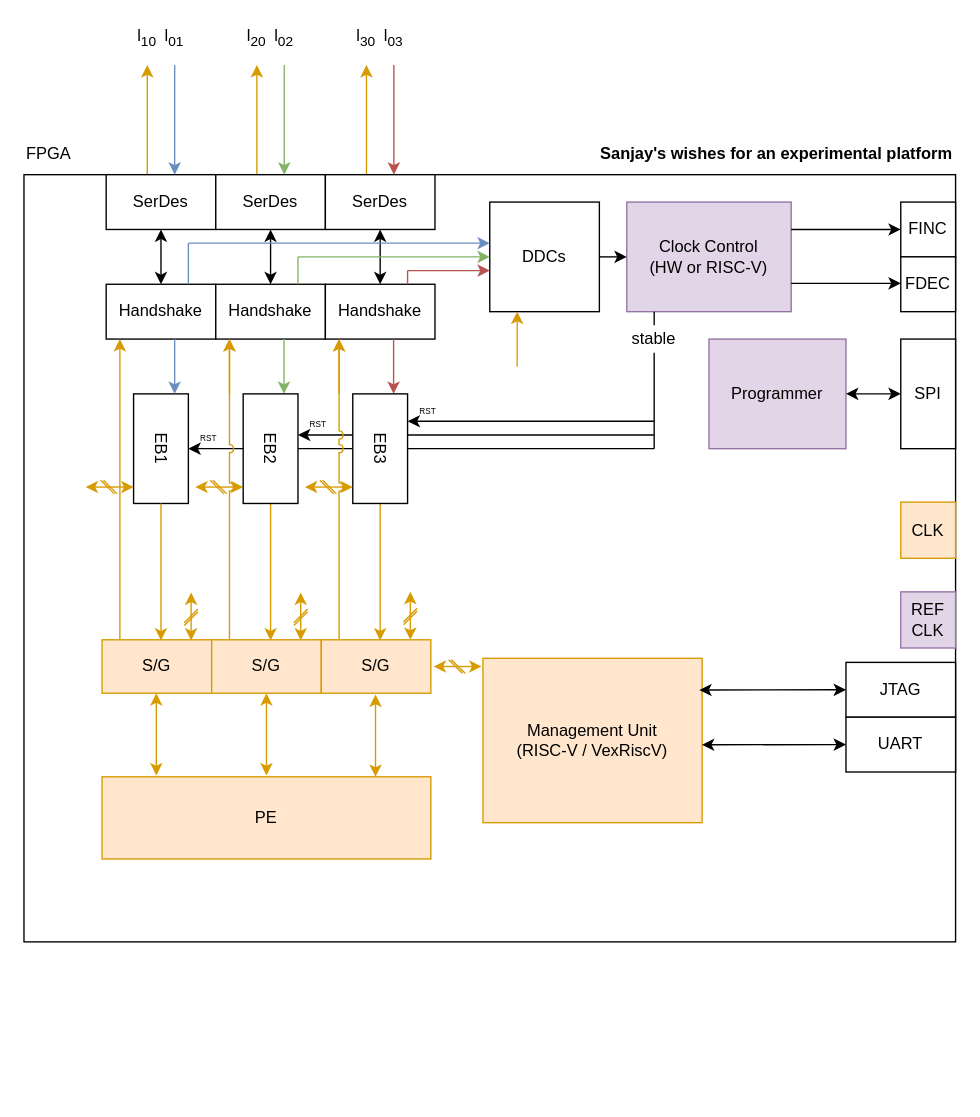
Earlier version of the draw.io diagram docs/diagrams/softUgnDemo.drawio (bittide/bittide-hardware). Source tidied: cells renumbered, new cells numbered last; positions are measured from the earlier drawing's top-left corner, leaving out a move shared by most shapes. Both pictures are drawn from the tidied source at 137%, with x=0, y=0 at pixel (23, 23).
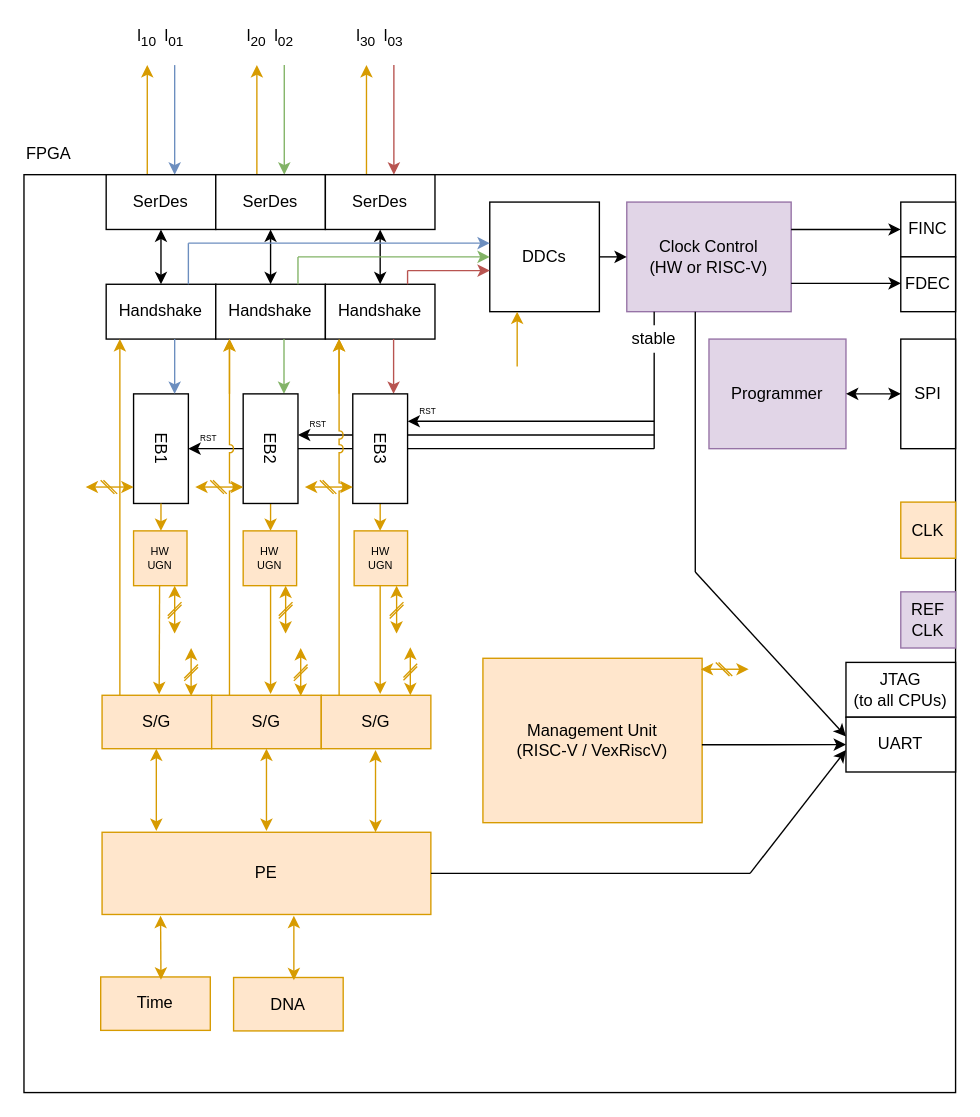
Above is the later version.

Commit message (it also covers changes not shown here):
Amend soft UGN demo docs to latest state of the project

Unchanged cells that the change refers to:
```xml
<mxCell id="99" value="&lt;div&gt;Management Unit&lt;/div&gt;&lt;div&gt;(RISC-V / VexRiscV)&lt;br&gt;&lt;/div&gt;" style="rounded=0;whiteSpace=wrap;html=1;fillColor=#ffe6cc;strokeColor=#d79b00;" parent="1" vertex="1">
  <mxGeometry x="335" y="463" width="160" height="120" as="geometry" />
</mxCell>
<mxCell id="105" value="UART" style="rounded=0;whiteSpace=wrap;html=1;" parent="1" vertex="1">
  <mxGeometry x="600" y="506" width="80" height="40" as="geometry" />
</mxCell>
```

Change to the diagram source:
```diff
@@
     <mxCell id="2" style="rounded=0;whiteSpace=wrap;html=1;" parent="1" vertex="1">
-      <mxGeometry y="110" width="680" height="560" as="geometry" />
+      <mxGeometry y="110" width="680" height="670" as="geometry" />
     </mxCell>
@@
     <mxCell id="34" style="endArrow=classic;html=1;rounded=0;fillColor=#ffe6cc;strokeColor=#d79b00;jumpStyle=arc;" parent="1" edge="1">
       <mxGeometry relative="1" as="geometry">
-        <mxPoint x="70" y="450" as="sourcePoint" />
+        <mxPoint x="70" y="490" as="sourcePoint" />
         <mxPoint x="70" y="230" as="targetPoint" />
       </mxGeometry>
     </mxCell>
@@
     <mxCell id="50" style="endArrow=none;startArrow=classic;html=1;rounded=0;fillColor=#ffe6cc;strokeColor=#d79b00;startFill=1;endFill=0;" parent="1" edge="1">
       <mxGeometry relative="1" as="geometry">
-        <mxPoint x="100" y="450" as="sourcePoint" />
+        <mxPoint x="100" y="370" as="sourcePoint" />
         <mxPoint x="100" y="350" as="targetPoint" />
       </mxGeometry>
     </mxCell>
     <mxCell id="51" style="endArrow=none;startArrow=classic;html=1;rounded=0;fillColor=#ffe6cc;strokeColor=#d79b00;startFill=1;endFill=0;" parent="1" edge="1">
       <mxGeometry relative="1" as="geometry">
-        <mxPoint x="180" y="450" as="sourcePoint" />
+        <mxPoint x="180" y="370" as="sourcePoint" />
         <mxPoint x="180" y="349" as="targetPoint" />
       </mxGeometry>
     </mxCell>
     <mxCell id="52" style="endArrow=none;startArrow=classic;html=1;rounded=0;fillColor=#ffe6cc;strokeColor=#d79b00;startFill=1;endFill=0;" parent="1" edge="1">
       <mxGeometry relative="1" as="geometry">
-        <mxPoint x="260" y="450" as="sourcePoint" />
+        <mxPoint x="260" y="370" as="sourcePoint" />
         <mxPoint x="260" y="350" as="targetPoint" />
       </mxGeometry>
     </mxCell>
@@
     <mxCell id="64" style="group;" parent="1" vertex="1">
-      <mxGeometry x="117" y="415" width="10" height="35" as="geometry" />
+      <mxGeometry x="117" y="455.5" width="10" height="35" as="geometry" />
     </mxCell>
@@
     <mxCell id="68" style="group;" parent="1" vertex="1">
-      <mxGeometry x="197" y="415" width="10" height="35" as="geometry" />
+      <mxGeometry x="197" y="455.5" width="10" height="35" as="geometry" />
     </mxCell>
@@
     <mxCell id="72" style="group;" parent="1" vertex="1">
-      <mxGeometry x="277" y="414.5" width="10" height="35" as="geometry" />
+      <mxGeometry x="277" y="455" width="10" height="35" as="geometry" />
     </mxCell>
@@
     <mxCell id="88" value="PE" style="rounded=0;whiteSpace=wrap;html=1;fillColor=#ffe6cc;strokeColor=#d79b00;" parent="1" vertex="1">
-      <mxGeometry x="57" y="549.5" width="240" height="60" as="geometry" />
+      <mxGeometry x="57" y="590" width="240" height="60" as="geometry" />
     </mxCell>
-    <mxCell id="89" value="&lt;b&gt;Sanjay's wishes for an experimental platform&lt;/b&gt;" style="text;html=1;align=right;verticalAlign=middle;whiteSpace=wrap;rounded=0;" parent="1" vertex="1">
-      <mxGeometry x="320" y="80" width="360" height="30" as="geometry" />
-    </mxCell>
     <mxCell id="90" value="S/G" style="rounded=0;whiteSpace=wrap;html=1;fillColor=#ffe6cc;strokeColor=#d79b00;" parent="1" vertex="1">
-      <mxGeometry x="57" y="449.5" width="80" height="39" as="geometry" />
+      <mxGeometry x="57" y="490" width="80" height="39" as="geometry" />
     </mxCell>
@@
     <mxCell id="92" style="endArrow=classic;html=1;rounded=0;fillColor=#ffe6cc;strokeColor=#d79b00;jumpStyle=arc;" parent="1" edge="1">
       <mxGeometry relative="1" as="geometry">
-        <mxPoint x="150" y="450" as="sourcePoint" />
+        <mxPoint x="150" y="490" as="sourcePoint" />
         <mxPoint x="150" y="230" as="targetPoint" />
       </mxGeometry>
     </mxCell>
-    <mxCell id="93" style="endArrow=classic;html=1;rounded=0;fillColor=#ffe6cc;strokeColor=#d79b00;jumpStyle=arc;" parent="1" edge="1">
+    <mxCell id="93" style="endArrow=classic;html=1;rounded=0;fillColor=#ffe6cc;strokeColor=#d79b00;jumpStyle=arc;exitX=0.163;exitY=0;exitDx=0;exitDy=0;exitPerimeter=0;" parent="1" edge="1" source="95">
       <mxGeometry relative="1" as="geometry">
-        <mxPoint x="230" y="450" as="sourcePoint" />
         <mxPoint x="230" y="230" as="targetPoint" />
       </mxGeometry>
     </mxCell>
     <mxCell id="94" value="S/G" style="rounded=0;whiteSpace=wrap;html=1;fillColor=#ffe6cc;strokeColor=#d79b00;" parent="1" vertex="1">
-      <mxGeometry x="137" y="449.5" width="80" height="39" as="geometry" />
+      <mxGeometry x="137" y="490" width="80" height="39" as="geometry" />
     </mxCell>
     <mxCell id="95" value="S/G" style="rounded=0;whiteSpace=wrap;html=1;fillColor=#ffe6cc;strokeColor=#d79b00;" parent="1" vertex="1">
-      <mxGeometry x="217" y="449.5" width="80" height="39" as="geometry" />
+      <mxGeometry x="217" y="490" width="80" height="39" as="geometry" />
     </mxCell>
     <mxCell id="96" style="endArrow=classic;startArrow=classic;html=1;rounded=0;fillColor=#ffe6cc;strokeColor=#d79b00;" parent="1" edge="1">
       <mxGeometry relative="1" as="geometry">
-        <mxPoint x="96.6" y="548.5" as="sourcePoint" />
-        <mxPoint x="96.6" y="488.5" as="targetPoint" />
+        <mxPoint x="96.6" y="589" as="sourcePoint" />
+        <mxPoint x="96.6" y="529" as="targetPoint" />
       </mxGeometry>
     </mxCell>
     <mxCell id="97" style="endArrow=classic;startArrow=classic;html=1;rounded=0;fillColor=#ffe6cc;strokeColor=#d79b00;" parent="1" edge="1">
       <mxGeometry relative="1" as="geometry">
-        <mxPoint x="177" y="548.5" as="sourcePoint" />
-        <mxPoint x="177" y="488.5" as="targetPoint" />
+        <mxPoint x="177" y="589" as="sourcePoint" />
+        <mxPoint x="177" y="529" as="targetPoint" />
       </mxGeometry>
     </mxCell>
     <mxCell id="98" style="endArrow=classic;startArrow=classic;html=1;rounded=0;fillColor=#ffe6cc;strokeColor=#d79b00;" parent="1" edge="1">
       <mxGeometry relative="1" as="geometry">
-        <mxPoint x="256.6" y="549.5" as="sourcePoint" />
-        <mxPoint x="256.6" y="489.5" as="targetPoint" />
+        <mxPoint x="256.6" y="590" as="sourcePoint" />
+        <mxPoint x="256.6" y="530" as="targetPoint" />
       </mxGeometry>
     </mxCell>
@@
     <mxCell id="100" style="group;rotation=90;" parent="1" vertex="1">
-      <mxGeometry x="311" y="451" width="10" height="35" as="geometry" />
+      <mxGeometry x="506" y="453" width="10" height="35" as="geometry" />
     </mxCell>
@@
-    <mxCell id="104" value="&lt;font&gt;JTAG&lt;/font&gt;" style="rounded=0;whiteSpace=wrap;html=1;" parent="1" vertex="1">
+    <mxCell id="104" value="&lt;font&gt;JTAG&lt;/font&gt;&lt;div&gt;&lt;font&gt;(to all CPUs)&lt;/font&gt;&lt;/div&gt;" style="rounded=0;whiteSpace=wrap;html=1;" parent="1" vertex="1">
       <mxGeometry x="600" y="466" width="80" height="40" as="geometry" />
     </mxCell>
@@
-    <mxCell id="106" style="endArrow=classic;startArrow=classic;html=1;rounded=0;entryX=0;entryY=0.5;entryDx=0;entryDy=0;exitX=0.999;exitY=0.526;exitDx=0;exitDy=0;exitPerimeter=0;" parent="1" edge="1" source="99" target="105">
+    <mxCell id="106" style="endArrow=classic;startArrow=none;html=1;rounded=0;entryX=0;entryY=0.5;entryDx=0;entryDy=0;exitX=0.999;exitY=0.526;exitDx=0;exitDy=0;exitPerimeter=0;startFill=0;" parent="1" edge="1" source="99" target="105">
       <mxGeometry relative="1" as="geometry" />
     </mxCell>
-    <mxCell id="107" style="endArrow=classic;startArrow=classic;html=1;rounded=0;exitX=0.987;exitY=0.193;exitDx=0;exitDy=0;entryX=0;entryY=0.5;entryDx=0;entryDy=0;exitPerimeter=0;" parent="1" edge="1" source="99" target="104">
-      <mxGeometry relative="1" as="geometry" />
-    </mxCell>
+    <mxCell id="108" value="HW&lt;br&gt;UGN" style="rounded=0;whiteSpace=wrap;html=1;fillColor=#ffe6cc;strokeColor=#d79b00;fontSize=8;" parent="1" vertex="1">
+      <mxGeometry x="241" y="370" width="39" height="40" as="geometry" />
+    </mxCell>
+    <mxCell id="109" value="HW&lt;br&gt;UGN" style="rounded=0;whiteSpace=wrap;html=1;fillColor=#ffe6cc;strokeColor=#d79b00;fontSize=8;" parent="1" vertex="1">
+      <mxGeometry x="160" y="370" width="39" height="40" as="geometry" />
+    </mxCell>
+    <mxCell id="110" value="HW&lt;br&gt;UGN" style="rounded=0;whiteSpace=wrap;html=1;fillColor=#ffe6cc;strokeColor=#d79b00;fontSize=8;" parent="1" vertex="1">
+      <mxGeometry x="80" y="370" width="39" height="40" as="geometry" />
+    </mxCell>
+    <mxCell id="111" style="endArrow=none;startArrow=classic;html=1;rounded=0;fillColor=#ffe6cc;strokeColor=#d79b00;startFill=1;endFill=0;exitX=0.521;exitY=-0.02;exitDx=0;exitDy=0;exitPerimeter=0;" parent="1" edge="1" source="90">
+      <mxGeometry relative="1" as="geometry">
+        <mxPoint x="99" y="410" as="targetPoint" />
+      </mxGeometry>
+    </mxCell>
+    <mxCell id="112" style="endArrow=none;startArrow=classic;html=1;rounded=0;fillColor=#ffe6cc;strokeColor=#d79b00;startFill=1;endFill=0;exitX=0.521;exitY=-0.02;exitDx=0;exitDy=0;exitPerimeter=0;" parent="1" edge="1">
+      <mxGeometry relative="1" as="geometry">
+        <mxPoint x="180" y="489" as="sourcePoint" />
+        <mxPoint x="180" y="410" as="targetPoint" />
+      </mxGeometry>
+    </mxCell>
+    <mxCell id="113" style="endArrow=none;startArrow=classic;html=1;rounded=0;fillColor=#ffe6cc;strokeColor=#d79b00;startFill=1;endFill=0;exitX=0.521;exitY=-0.02;exitDx=0;exitDy=0;exitPerimeter=0;" parent="1" edge="1">
+      <mxGeometry relative="1" as="geometry">
+        <mxPoint x="260" y="489" as="sourcePoint" />
+        <mxPoint x="260" y="410" as="targetPoint" />
+      </mxGeometry>
+    </mxCell>
+    <mxCell id="114" style="group;" parent="1" vertex="1">
+      <mxGeometry x="186" y="410" width="10" height="35" as="geometry" />
+    </mxCell>
+    <mxCell id="115" style="endArrow=classic;html=1;rounded=0;fillColor=#ffe6cc;strokeColor=#d79b00;startArrow=classic;startFill=1;" parent="114" edge="1">
+      <mxGeometry relative="1" as="geometry">
+        <mxPoint x="5" as="sourcePoint" />
+        <mxPoint x="5" y="35" as="targetPoint" />
+      </mxGeometry>
+    </mxCell>
+    <mxCell id="116" style="endArrow=none;html=1;rounded=0;fillColor=#ffe6cc;strokeColor=#d79b00;" parent="114" edge="1">
+      <mxGeometry relative="1" as="geometry">
+        <mxPoint y="24" as="sourcePoint" />
+        <mxPoint x="10" y="14" as="targetPoint" />
+      </mxGeometry>
+    </mxCell>
+    <mxCell id="117" style="endArrow=none;html=1;rounded=0;fillColor=#ffe6cc;strokeColor=#d79b00;" parent="114" edge="1">
+      <mxGeometry relative="1" as="geometry">
+        <mxPoint y="22" as="sourcePoint" />
+        <mxPoint x="10" y="12" as="targetPoint" />
+      </mxGeometry>
+    </mxCell>
+    <mxCell id="118" style="group;" parent="1" vertex="1">
+      <mxGeometry x="105" y="410" width="10" height="35" as="geometry" />
+    </mxCell>
+    <mxCell id="119" style="endArrow=classic;html=1;rounded=0;fillColor=#ffe6cc;strokeColor=#d79b00;startArrow=classic;startFill=1;" parent="118" edge="1">
+      <mxGeometry relative="1" as="geometry">
+        <mxPoint x="5" as="sourcePoint" />
+        <mxPoint x="5" y="35" as="targetPoint" />
+      </mxGeometry>
+    </mxCell>
+    <mxCell id="120" style="endArrow=none;html=1;rounded=0;fillColor=#ffe6cc;strokeColor=#d79b00;" parent="118" edge="1">
+      <mxGeometry relative="1" as="geometry">
+        <mxPoint y="24" as="sourcePoint" />
+        <mxPoint x="10" y="14" as="targetPoint" />
+      </mxGeometry>
+    </mxCell>
+    <mxCell id="121" style="endArrow=none;html=1;rounded=0;fillColor=#ffe6cc;strokeColor=#d79b00;" parent="118" edge="1">
+      <mxGeometry relative="1" as="geometry">
+        <mxPoint y="22" as="sourcePoint" />
+        <mxPoint x="10" y="12" as="targetPoint" />
+      </mxGeometry>
+    </mxCell>
+    <mxCell id="122" style="group;" parent="1" vertex="1">
+      <mxGeometry x="267" y="410" width="10" height="35" as="geometry" />
+    </mxCell>
+    <mxCell id="123" style="endArrow=classic;html=1;rounded=0;fillColor=#ffe6cc;strokeColor=#d79b00;startArrow=classic;startFill=1;" parent="122" edge="1">
+      <mxGeometry relative="1" as="geometry">
+        <mxPoint x="5" as="sourcePoint" />
+        <mxPoint x="5" y="35" as="targetPoint" />
+      </mxGeometry>
+    </mxCell>
+    <mxCell id="124" style="endArrow=none;html=1;rounded=0;fillColor=#ffe6cc;strokeColor=#d79b00;" parent="122" edge="1">
+      <mxGeometry relative="1" as="geometry">
+        <mxPoint y="24" as="sourcePoint" />
+        <mxPoint x="10" y="14" as="targetPoint" />
+      </mxGeometry>
+    </mxCell>
+    <mxCell id="125" style="endArrow=none;html=1;rounded=0;fillColor=#ffe6cc;strokeColor=#d79b00;" parent="122" edge="1">
+      <mxGeometry relative="1" as="geometry">
+        <mxPoint y="22" as="sourcePoint" />
+        <mxPoint x="10" y="12" as="targetPoint" />
+      </mxGeometry>
+    </mxCell>
+    <mxCell id="126" style="endArrow=none;html=1;endFill=0;" parent="1" edge="1">
+      <mxGeometry relative="1" as="geometry">
+        <mxPoint x="490" y="210" as="sourcePoint" />
+        <mxPoint x="490" y="400" as="targetPoint" />
+      </mxGeometry>
+    </mxCell>
+    <mxCell id="127" style="endArrow=classic;html=1;" parent="1" edge="1">
+      <mxGeometry relative="1" as="geometry">
+        <mxPoint x="490" y="400" as="sourcePoint" />
+        <mxPoint x="600" y="520" as="targetPoint" />
+      </mxGeometry>
+    </mxCell>
+    <mxCell id="128" style="endArrow=none;html=1;exitX=1;exitY=0.5;exitDx=0;exitDy=0;" parent="1" edge="1" source="88">
+      <mxGeometry relative="1" as="geometry">
+        <mxPoint x="530" y="620" as="targetPoint" />
+      </mxGeometry>
+    </mxCell>
+    <mxCell id="129" style="endArrow=classic;html=1;" parent="1" edge="1">
+      <mxGeometry relative="1" as="geometry">
+        <mxPoint x="530" y="620" as="sourcePoint" />
+        <mxPoint x="600" y="530" as="targetPoint" />
+      </mxGeometry>
+    </mxCell>
+    <mxCell id="130" value="Time" style="rounded=0;whiteSpace=wrap;html=1;fillColor=#ffe6cc;strokeColor=#d79b00;" parent="1" vertex="1">
+      <mxGeometry x="56" y="695.6" width="80" height="39" as="geometry" />
+    </mxCell>
+    <mxCell id="131" style="endArrow=classic;startArrow=classic;html=1;entryX=0.178;entryY=1.056;entryDx=0;entryDy=0;entryPerimeter=0;fillColor=#ffe6cc;strokeColor=#d79b00;" parent="1" edge="1">
+      <mxGeometry relative="1" as="geometry">
+        <mxPoint x="100" y="697.6" as="sourcePoint" />
+        <mxPoint x="99.7" y="651" as="targetPoint" />
+      </mxGeometry>
+    </mxCell>
+    <mxCell id="132" value="DNA" style="rounded=0;whiteSpace=wrap;html=1;fillColor=#ffe6cc;strokeColor=#d79b00;" parent="1" vertex="1">
+      <mxGeometry x="153" y="696" width="80" height="39" as="geometry" />
+    </mxCell>
+    <mxCell id="133" style="endArrow=classic;startArrow=classic;html=1;entryX=0.178;entryY=1.056;entryDx=0;entryDy=0;entryPerimeter=0;fillColor=#ffe6cc;strokeColor=#d79b00;" parent="1" edge="1">
+      <mxGeometry relative="1" as="geometry">
+        <mxPoint x="197" y="698" as="sourcePoint" />
+        <mxPoint x="197" y="651" as="targetPoint" />
+      </mxGeometry>
+    </mxCell>
```
